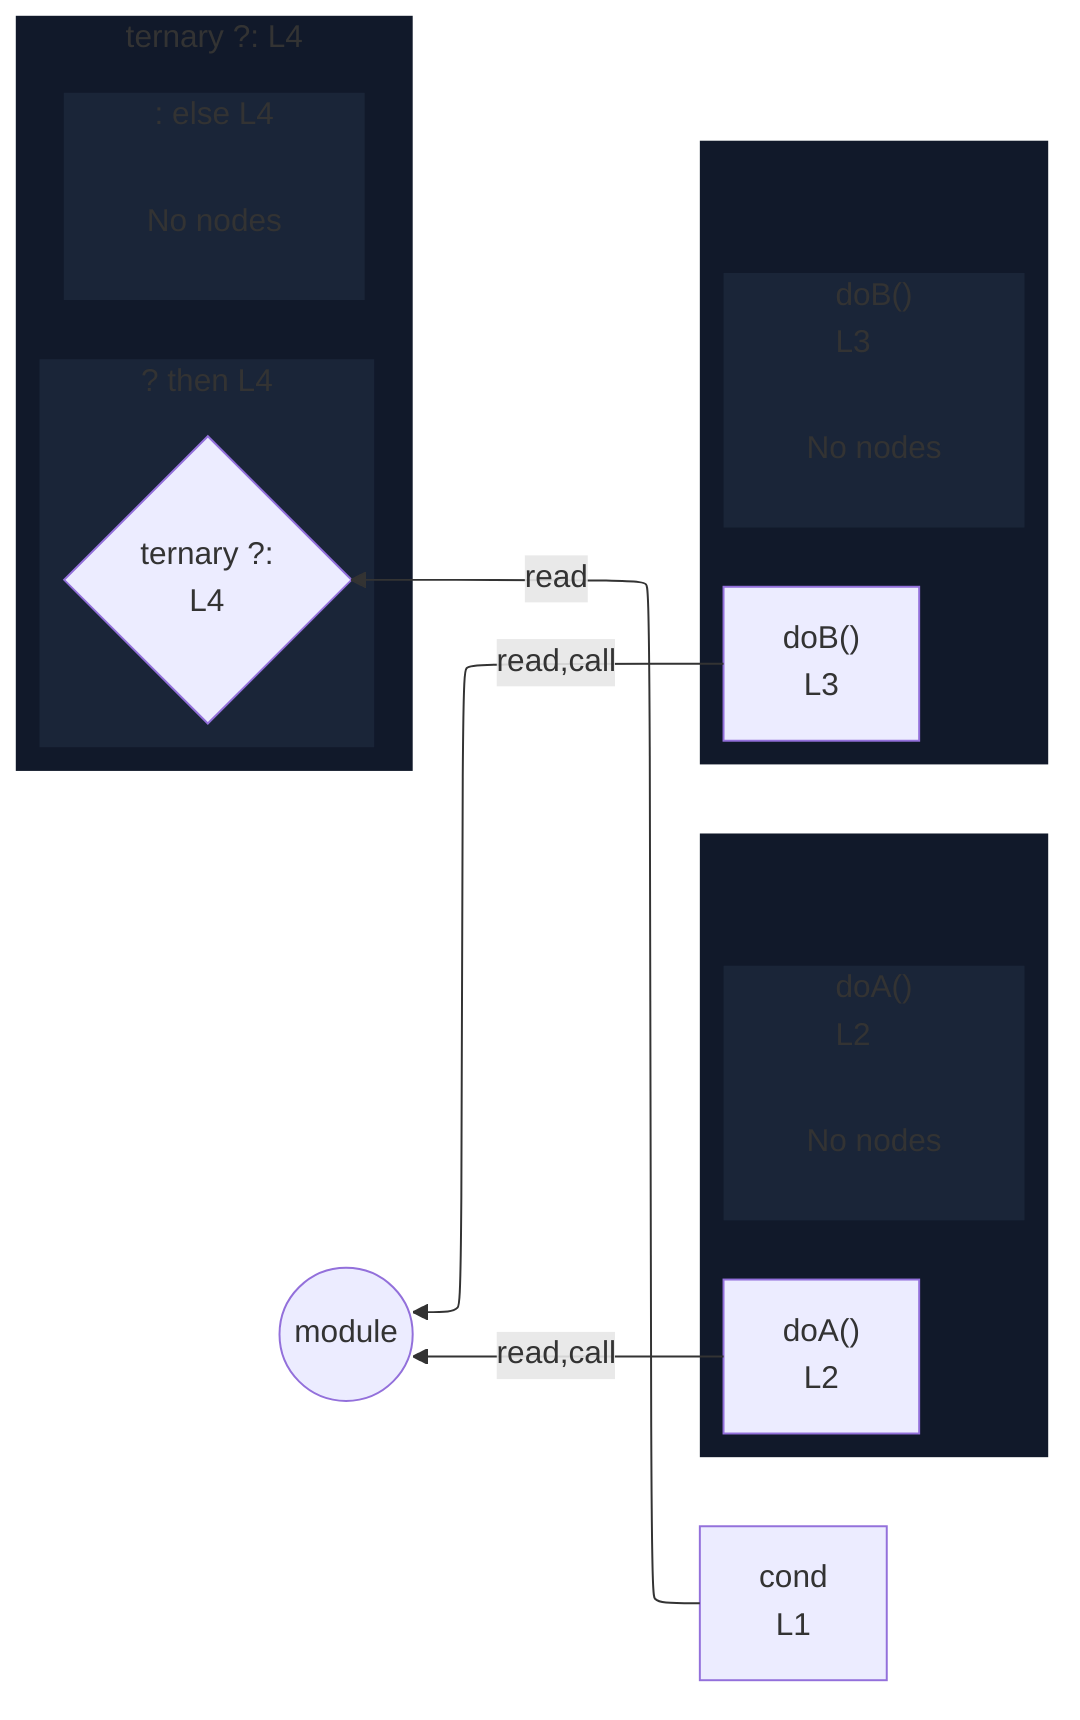
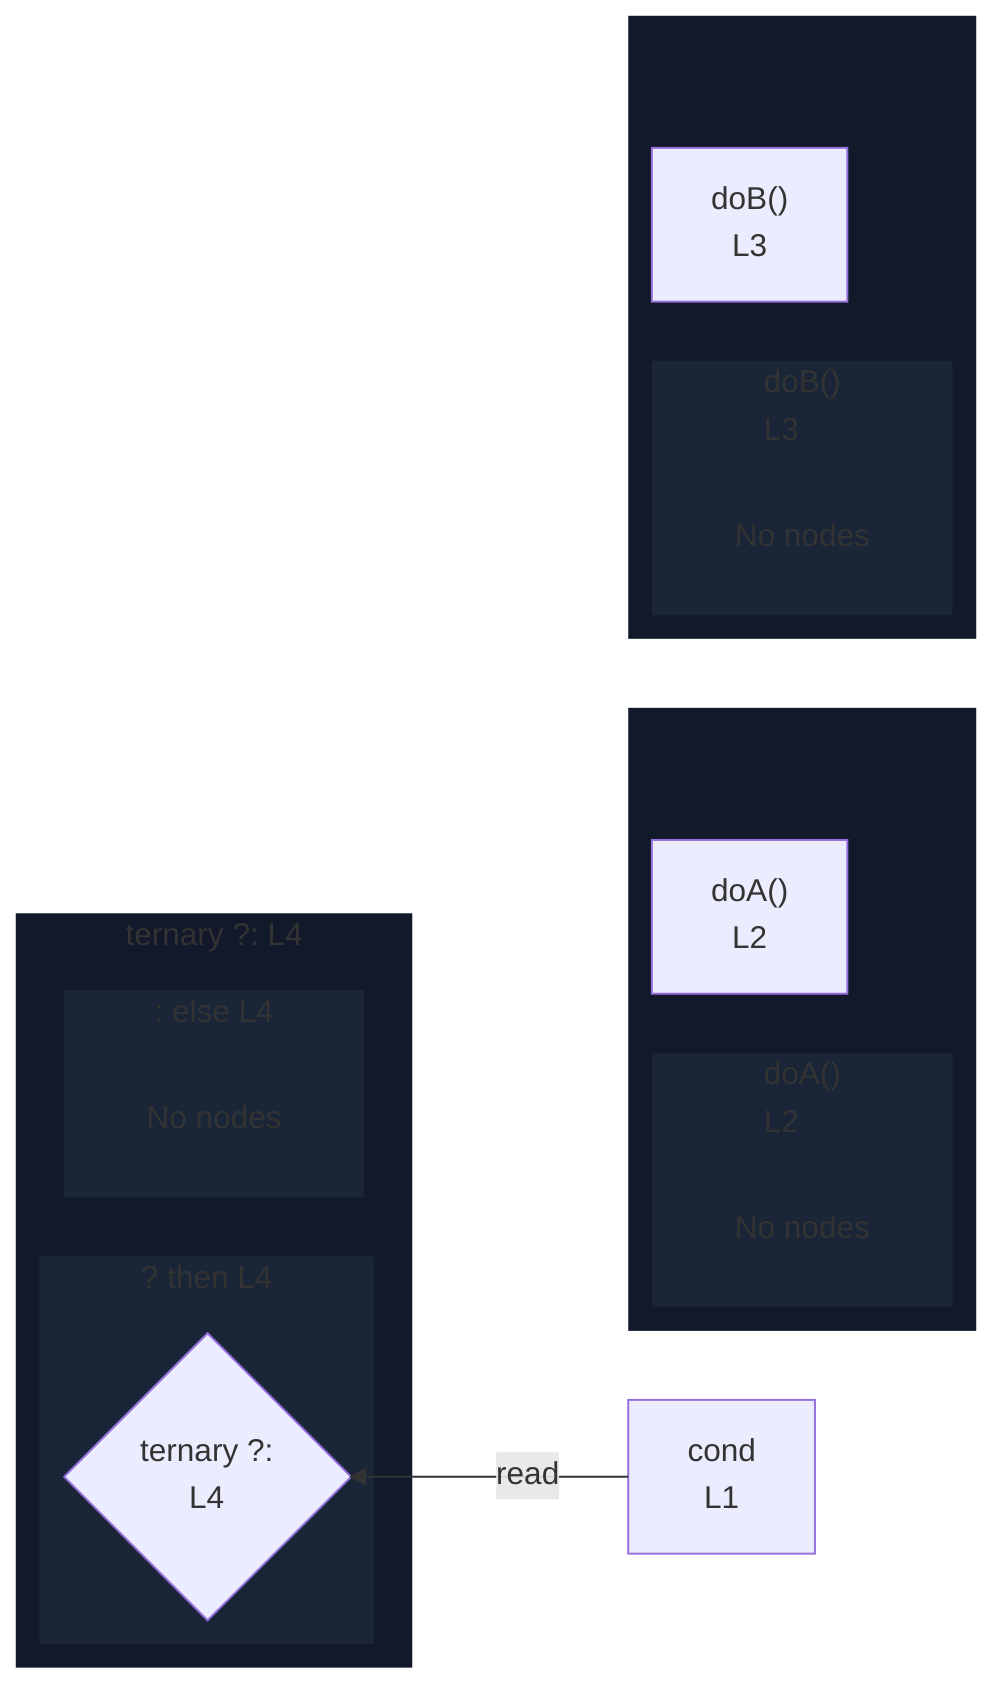
%%{init: {"flowchart": {"defaultRenderer": "elk"}}}%%
flowchart RL
  n_scope_0_cond_6["cond<br/>L1"]
  subgraph wrap_s_scope_1[" "]
    direction TB
    n_scope_0_doA_28["doA()<br/>L2"]
    subgraph s_scope_1["doA()<br/>L2"]
      direction RL
      elk_empty_s_scope_1["No nodes"]
    end
  end
  subgraph wrap_s_scope_2[" "]
    direction TB
    n_scope_0_doB_46["doB()<br/>L3"]
    subgraph s_scope_2["doB()<br/>L3"]
      direction RL
      elk_empty_s_scope_2["No nodes"]
    end
  end
  subgraph cont_ternary_scope_0_55["ternary ?: L4"]
    direction RL
    subgraph s_scope_3["? then L4"]
      direction RL
      ternary_test_scope_0_55{"ternary ?:<br/>L4"}
    end
    subgraph s_scope_4[": else L4"]
      direction RL
      elk_empty_s_scope_4["No nodes"]
    end
  end
  n_scope_0_cond_6 -->|read| ternary_test_scope_0_55
-   n_scope_0_doA_28 -->|read,call| module_root
-   n_scope_0_doB_46 -->|read,call| module_root
-   module_root((module))
  classDef nestL1 fill:#11192a,stroke:transparent;
  class wrap_s_scope_1 nestL1;
  class wrap_s_scope_2 nestL1;
  class cont_ternary_scope_0_55 nestL1;
  classDef nestL2 fill:#1a2538,stroke:transparent;
  class s_scope_1 nestL2;
  class s_scope_2 nestL2;
  class s_scope_3 nestL2;
  class s_scope_4 nestL2;
  classDef elkEmptyPlaceholder fill:transparent,stroke:transparent;
  class elk_empty_s_scope_1 elkEmptyPlaceholder;
  class elk_empty_s_scope_2 elkEmptyPlaceholder;
  class elk_empty_s_scope_4 elkEmptyPlaceholder;
